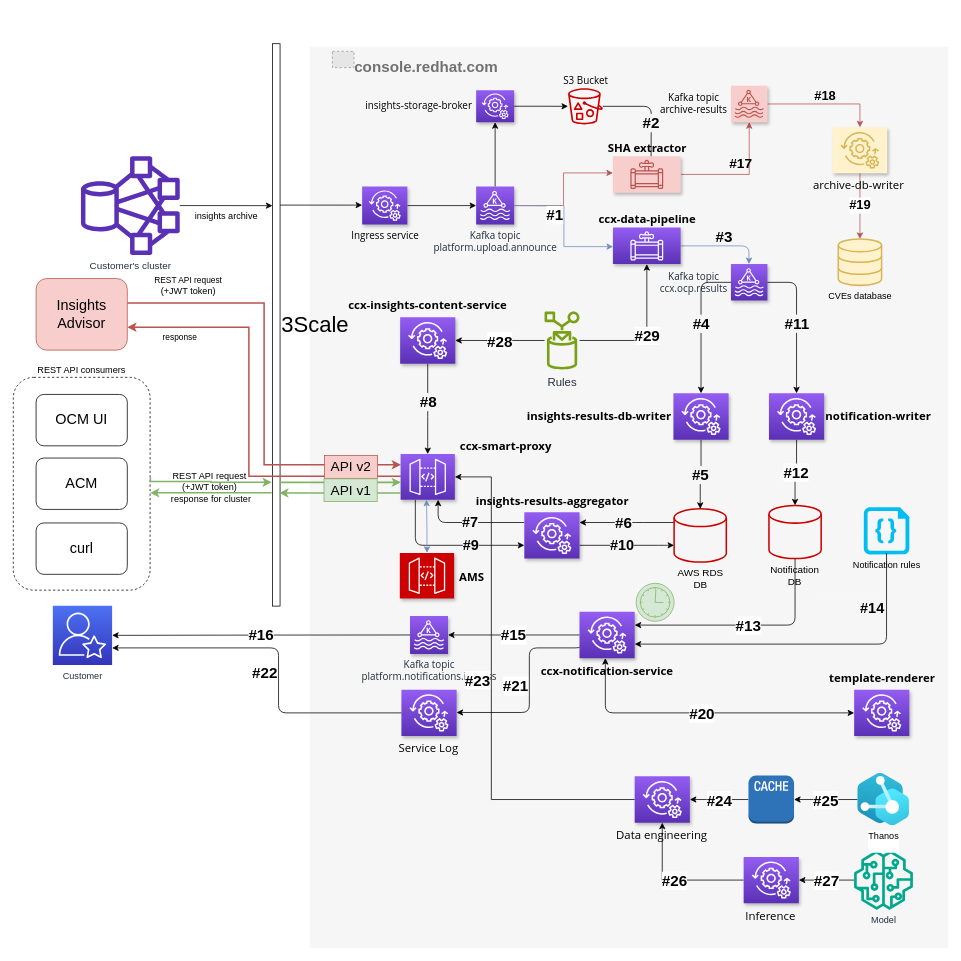
Before: docs/images/Overall_architecture.drawio in RedHatInsights/insights-results-smart-proxy, a draw.io diagram. Source tidied: cells renumbered, new cells numbered last; positions are measured from the earlier drawing's top-left corner, leaving out a move shared by most shapes. Both pictures are drawn from the tidied source at 76%, with x=0, y=0 at pixel (13, 13). Pictures stored in the file or linked from it are replaced by grey dashed boxes.
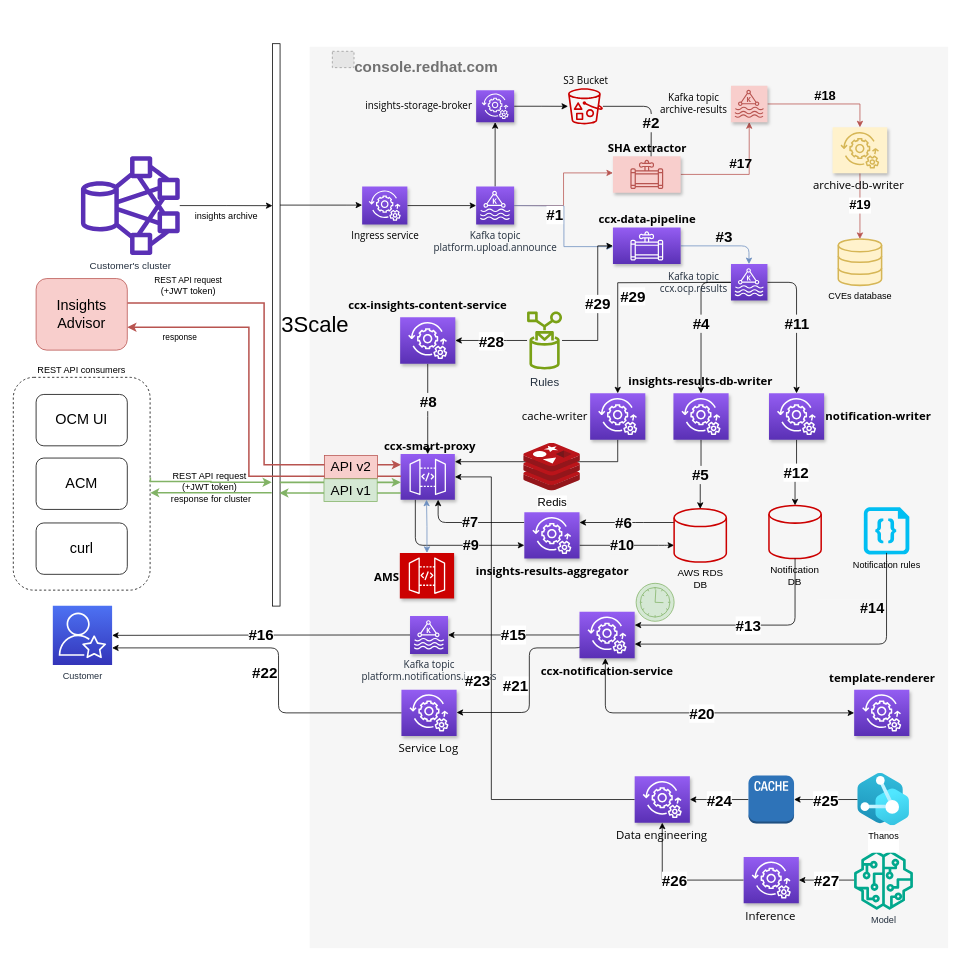
The same diagram, later.

Commit message (it also covers changes not shown here):
Added cache writer

Unchanged cells that the change refers to:
```xml
<mxCell id="66" value="&lt;div&gt;&lt;b&gt;&lt;span style=&quot;font-size: 15px&quot;&gt;ccx-data-pipeline&lt;/span&gt;&lt;/b&gt;&lt;/div&gt;" style="outlineConnect=0;fontColor=#000000;gradientColor=#945DF2;gradientDirection=north;fillColor=#5A30B5;strokeColor=#ffffff;dashed=0;verticalLabelPosition=top;verticalAlign=bottom;align=center;html=1;fontSize=15;fontStyle=1;shape=mxgraph.aws4.resourceIcon;resIcon=mxgraph.aws4.data_pipeline;fontFamily=Open Sans;shadow=1;labelPosition=center;" parent="1" vertex="1">
  <mxGeometry x="789" y="282" width="89.1" height="48" as="geometry" />
</mxCell>
```

What changed in the source:
```diff
@@
-    <mxCell id="15" value="ccx-smart-proxy" style="outlineConnect=0;fontColor=#000000;gradientColor=#945DF2;gradientDirection=north;fillColor=#5A30B5;strokeColor=#FFFFFF;dashed=0;verticalLabelPosition=top;verticalAlign=bottom;align=left;html=1;fontSize=15;fontStyle=1;shape=mxgraph.aws4.resourceIcon;resIcon=mxgraph.aws4.api_gateway;shadow=1;fontFamily=Open Sans;labelPosition=right;spacingLeft=5;" parent="1" vertex="1">
+    <mxCell id="15" value="ccx-smart-proxy" style="outlineConnect=0;fontColor=#000000;gradientColor=#945DF2;gradientDirection=north;fillColor=#5A30B5;strokeColor=#FFFFFF;dashed=0;verticalLabelPosition=top;verticalAlign=bottom;align=center;html=1;fontSize=15;fontStyle=1;shape=mxgraph.aws4.resourceIcon;resIcon=mxgraph.aws4.api_gateway;shadow=1;fontFamily=Open Sans;labelPosition=center;spacingLeft=5;" parent="1" vertex="1">
       <mxGeometry x="509.6" y="580" width="71.4" height="60" as="geometry" />
     </mxCell>
@@
-    <mxCell id="20" value="&lt;div style=&quot;font-size: 15px&quot;&gt;&lt;b&gt;&lt;span style=&quot;font-size: 15px&quot;&gt;insights-results-db-writer&lt;/span&gt;&lt;/b&gt;&lt;/div&gt;" style="outlineConnect=0;fontColor=#000000;gradientColor=#945DF2;gradientDirection=north;fillColor=#5A30B5;strokeColor=#FFFFFF;dashed=0;verticalLabelPosition=middle;verticalAlign=middle;align=right;html=1;fontSize=15;fontStyle=0;shape=mxgraph.aws4.resourceIcon;resIcon=mxgraph.aws4.managed_services;fontFamily=Open Sans;labelPosition=left;shadow=1;spacingBottom=5;spacingRight=2;" parent="1" vertex="1">
+    <mxCell id="20" value="&lt;div style=&quot;font-size: 15px&quot;&gt;&lt;b&gt;&lt;span style=&quot;font-size: 15px&quot;&gt;insights-results-db-writer&lt;/span&gt;&lt;/b&gt;&lt;/div&gt;" style="outlineConnect=0;fontColor=#000000;gradientColor=#945DF2;gradientDirection=north;fillColor=#5A30B5;strokeColor=#FFFFFF;dashed=0;verticalLabelPosition=top;verticalAlign=bottom;align=center;html=1;fontSize=15;fontStyle=0;shape=mxgraph.aws4.resourceIcon;resIcon=mxgraph.aws4.managed_services;fontFamily=Open Sans;labelPosition=center;shadow=1;spacingBottom=5;spacingRight=2;" parent="1" vertex="1">
       <mxGeometry x="868.6" y="500" width="72.6" height="61" as="geometry" />
     </mxCell>
@@
-    <mxCell id="29" value="&lt;div style=&quot;font-size: 15px&quot;&gt;&lt;span&gt;&lt;span style=&quot;font-size: 15px&quot;&gt;insights-results-aggregator&lt;/span&gt;&lt;/span&gt;&lt;/div&gt;" style="outlineConnect=0;fontColor=#000000;gradientColor=#945DF2;gradientDirection=north;fillColor=#5A30B5;strokeColor=#FFFFFF;dashed=0;verticalLabelPosition=top;verticalAlign=bottom;align=center;html=1;fontSize=15;fontStyle=1;shape=mxgraph.aws4.resourceIcon;resIcon=mxgraph.aws4.managed_services;fontFamily=Open Sans;labelPosition=center;shadow=1;spacingBottom=5;" parent="1" vertex="1">
+    <mxCell id="29" value="&lt;div style=&quot;font-size: 15px&quot;&gt;&lt;span&gt;&lt;span style=&quot;font-size: 15px&quot;&gt;insights-results-aggregator&lt;/span&gt;&lt;/span&gt;&lt;/div&gt;" style="outlineConnect=0;fontColor=#000000;gradientColor=#945DF2;gradientDirection=north;fillColor=#5A30B5;strokeColor=#FFFFFF;dashed=0;verticalLabelPosition=bottom;verticalAlign=top;align=center;html=1;fontSize=15;fontStyle=1;shape=mxgraph.aws4.resourceIcon;resIcon=mxgraph.aws4.managed_services;fontFamily=Open Sans;labelPosition=center;shadow=1;spacingBottom=5;" parent="1" vertex="1">
       <mxGeometry x="672.4" y="656.5" width="72.6" height="61" as="geometry" />
     </mxCell>
@@
-    <mxCell id="63" value="AMS" style="outlineConnect=0;gradientDirection=north;fillColor=#CC0000;strokeColor=#FFFFFF;dashed=0;verticalLabelPosition=middle;verticalAlign=middle;align=left;html=1;fontSize=15;fontStyle=1;shape=mxgraph.aws4.resourceIcon;resIcon=mxgraph.aws4.api_gateway;shadow=1;fontFamily=Open Sans;labelPosition=right;spacingLeft=5;fontColor=#000000;" parent="1" vertex="1">
+    <mxCell id="63" value="AMS" style="outlineConnect=0;gradientDirection=north;fillColor=#CC0000;strokeColor=#FFFFFF;dashed=0;verticalLabelPosition=middle;verticalAlign=middle;align=right;html=1;fontSize=15;fontStyle=1;shape=mxgraph.aws4.resourceIcon;resIcon=mxgraph.aws4.api_gateway;shadow=1;fontFamily=Open Sans;labelPosition=left;spacingLeft=5;fontColor=#000000;" parent="1" vertex="1">
       <mxGeometry x="508.6" y="710" width="71.4" height="60" as="geometry" />
     </mxCell>
@@
     <mxCell id="92" value="#29" style="edgeStyle=orthogonalEdgeStyle;rounded=0;jettySize=auto;html=1;fontSize=20;fontStyle=1;" parent="1" edge="1" source="93" target="66">
-      <mxGeometry relative="1" as="geometry" />
+      <mxGeometry relative="1" as="geometry">
+        <Array as="points">
+          <mxPoint x="769" y="431" />
+          <mxPoint x="769" y="306" />
+        </Array>
+      </mxGeometry>
     </mxCell>
     <mxCell id="93" value="&lt;font style=&quot;font-size: 15px;&quot;&gt;Rules&lt;/font&gt;" style="sketch=0;outlineConnect=0;fontColor=#232F3E;gradientColor=none;fillColor=#7AA116;strokeColor=none;dashed=0;verticalLabelPosition=bottom;verticalAlign=top;align=center;html=1;fontSize=12;fontStyle=0;shape=mxgraph.aws4.rule;" parent="1" vertex="1">
-      <mxGeometry x="699" y="391.5" width="46" height="78" as="geometry" />
+      <mxGeometry x="676" y="391.5" width="46" height="78" as="geometry" />
     </mxCell>
+    <mxCell id="94" value="#29" style="edgeStyle=orthogonalEdgeStyle;rounded=0;jettySize=auto;html=1;fontSize=20;fontStyle=1;labelPosition=right;verticalLabelPosition=bottom;align=left;verticalAlign=top;" parent="1" edge="1" target="96">
+      <mxGeometry relative="1" as="geometry">
+        <mxPoint x="944" y="354" as="sourcePoint" />
+      </mxGeometry>
+    </mxCell>
+    <mxCell id="95" style="edgeStyle=orthogonalEdgeStyle;rounded=0;jettySize=auto;html=1;" parent="1" edge="1" source="96">
+      <mxGeometry relative="1" as="geometry">
+        <mxPoint x="581" y="590" as="targetPoint" />
+        <Array as="points">
+          <mxPoint x="795" y="590" />
+        </Array>
+      </mxGeometry>
+    </mxCell>
+    <mxCell id="96" value="cache-writer" style="outlineConnect=0;gradientDirection=north;fillColor=#5A30B5;strokeColor=#FFFFFF;dashed=0;verticalLabelPosition=middle;verticalAlign=middle;align=right;html=1;fontSize=15;fontStyle=0;shape=mxgraph.aws4.resourceIcon;resIcon=mxgraph.aws4.managed_services;fontFamily=Open Sans;labelPosition=left;shadow=1;spacingBottom=5;spacingRight=2;gradientColor=#945DF2;" parent="1" vertex="1">
+      <mxGeometry x="759" y="500" width="72.6" height="61" as="geometry" />
+    </mxCell>
+    <mxCell id="97" value="Redis" style="image;sketch=0;html=1;align=center;fontSize=15;image=img/lib/mscae/Cache_Redis_Product.svg;fontStyle=0;" parent="1" vertex="1">
+      <mxGeometry x="671.5" y="565.7" width="74.5" height="62.6" as="geometry" />
+    </mxCell>
```
